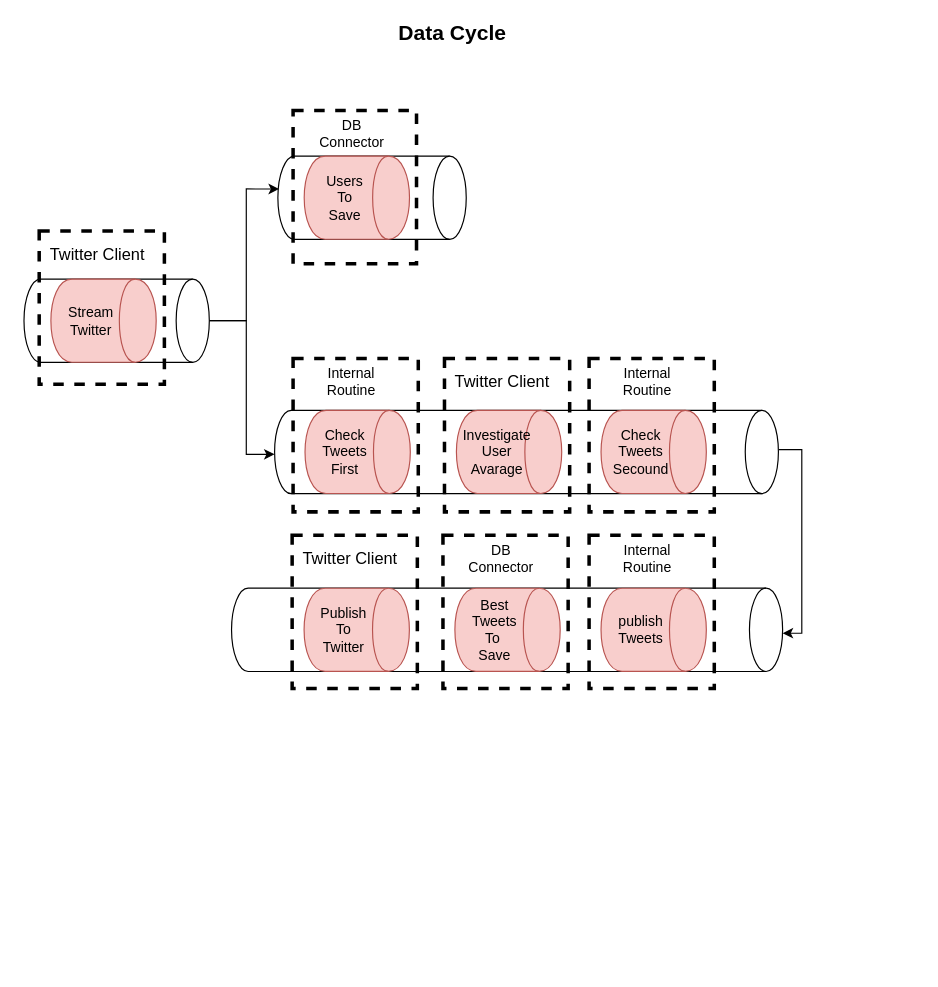
Elwizara/elwizarabot keeps this draw.io diagram as architecture/Data-Cycle.drawio. Above is the earlier version. Source tidied: cells renumbered, new cells numbered last; positions are measured from the earlier drawing's top-left corner, leaving out a move shared by most shapes. Both pictures are drawn from the tidied source at 117%, with x=0, y=0 at pixel (39, 21).
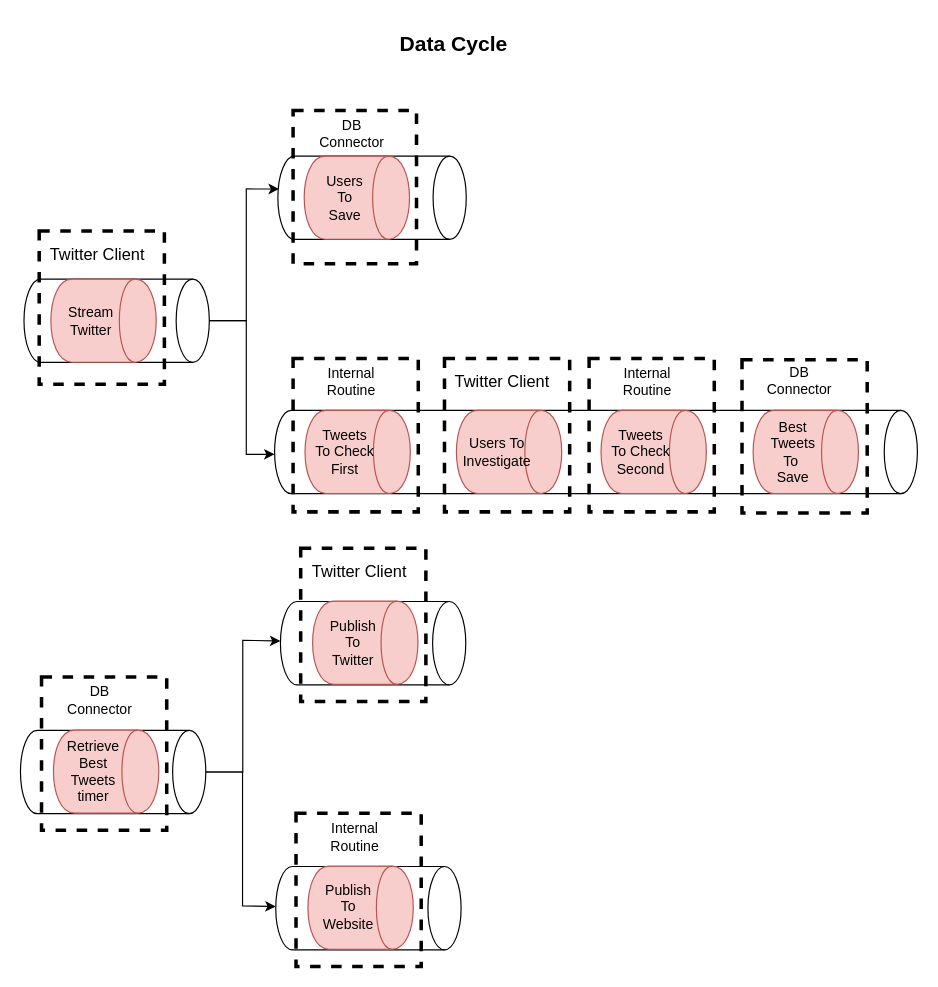
The same page after the edit.

Commit message (it also covers changes not shown here):
update retrieve tweets timer

The edit, as a diff of the source:
```diff
@@
-    <mxCell id="2" style="edgeStyle=orthogonalEdgeStyle;rounded=0;jettySize=auto;html=1;entryX=0.541;entryY=0;entryDx=0;entryDy=0;entryPerimeter=0;exitX=0.471;exitY=-0.001;exitDx=0;exitDy=0;exitPerimeter=0;" parent="1" edge="1" source="3" target="25">
-      <mxGeometry relative="1" as="geometry" />
-    </mxCell>
     <mxCell id="3" style="shape=cylinder2;whiteSpace=wrap;html=1;boundedLbl=1;backgroundOutline=1;size=14.171666666666738;rotation=90;" parent="1" vertex="1">
-      <mxGeometry x="380.9" y="152.5" width="71.2" height="430.6" as="geometry" />
+      <mxGeometry x="440.3" y="93.1" width="71.2" height="549.4" as="geometry" />
     </mxCell>
+    <mxCell id="26" style="rounded=0;whiteSpace=wrap;html=1;dashed=1;fillColor=none;strokeWidth=3;" parent="1" vertex="1">
+      <mxGeometry x="470" y="288" width="107" height="131" as="geometry" />
+    </mxCell>
@@
     <mxCell id="15" value="&lt;font style=&quot;font-size: 18px&quot;&gt;&lt;b&gt;Data Cycle&lt;/b&gt;&lt;/font&gt;" style="text;html=1;strokeColor=none;fillColor=none;align=center;verticalAlign=middle;whiteSpace=wrap;rounded=0;dashed=1;" parent="1" vertex="1">
-      <mxGeometry x="296.2" width="115" height="20" as="geometry" />
+      <mxGeometry x="297" y="10" width="115" height="20" as="geometry" />
     </mxCell>
@@
-    <mxCell id="19" value="&lt;div&gt;Check&lt;/div&gt;&lt;div&gt;Tweets&lt;/div&gt;&lt;div&gt;First&lt;br&gt;&lt;/div&gt;" style="shape=cylinder;whiteSpace=wrap;html=1;boundedLbl=1;backgroundOutline=1;direction=south;fillColor=#f8cecc;strokeColor=#b85450;" parent="1" vertex="1">
+    <mxCell id="19" value="&lt;div&gt;Tweets&lt;br&gt;&lt;/div&gt;&lt;div&gt;To Check&lt;/div&gt;&lt;div&gt;First&lt;br&gt;&lt;/div&gt;" style="shape=cylinder;whiteSpace=wrap;html=1;boundedLbl=1;backgroundOutline=1;direction=south;fillColor=#f8cecc;strokeColor=#b85450;" parent="1" vertex="1">
       <mxGeometry x="227.2" y="332.3" width="90" height="71" as="geometry" />
     </mxCell>
@@
-    <mxCell id="23" value="&lt;div&gt;Investigate&lt;/div&gt;&lt;div&gt;User&lt;/div&gt;&lt;div&gt;Avarage&lt;br&gt;&lt;/div&gt;" style="shape=cylinder;whiteSpace=wrap;html=1;boundedLbl=1;backgroundOutline=1;direction=south;fillColor=#f8cecc;strokeColor=#b85450;" parent="1" vertex="1">
+    <mxCell id="23" value="&lt;div&gt;Users To&lt;br&gt;&lt;/div&gt;&lt;div&gt;Investigate&lt;/div&gt;" style="shape=cylinder;whiteSpace=wrap;html=1;boundedLbl=1;backgroundOutline=1;direction=south;fillColor=#f8cecc;strokeColor=#b85450;" parent="1" vertex="1">
       <mxGeometry x="356.6" y="332.3" width="90" height="71" as="geometry" />
     </mxCell>
-    <mxCell id="24" value="&lt;div&gt;Check&lt;/div&gt;&lt;div&gt;Tweets&lt;/div&gt;&lt;div&gt;Secound&lt;br&gt;&lt;/div&gt;" style="shape=cylinder;whiteSpace=wrap;html=1;boundedLbl=1;backgroundOutline=1;direction=south;fillColor=#f8cecc;strokeColor=#b85450;" parent="1" vertex="1">
+    <mxCell id="24" value="&lt;div&gt;Tweets&lt;/div&gt;&lt;div&gt;To Check&lt;/div&gt;&lt;div&gt;Second&lt;br&gt;&lt;/div&gt;" style="shape=cylinder;whiteSpace=wrap;html=1;boundedLbl=1;backgroundOutline=1;direction=south;fillColor=#f8cecc;strokeColor=#b85450;" parent="1" vertex="1">
       <mxGeometry x="480.2" y="332.3" width="90" height="71" as="geometry" />
     </mxCell>
-    <mxCell id="25" style="shape=cylinder2;whiteSpace=wrap;html=1;boundedLbl=1;backgroundOutline=1;size=14.171666666666738;rotation=90;" parent="1" vertex="1">
-      <mxGeometry x="364.3" y="284.3" width="71.2" height="471" as="geometry" />
-    </mxCell>
-    <mxCell id="26" style="rounded=0;whiteSpace=wrap;html=1;dashed=1;fillColor=none;strokeWidth=3;" parent="1" vertex="1">
-      <mxGeometry x="470" y="288" width="107" height="131" as="geometry" />
-    </mxCell>
@@
-    <mxCell id="28" style="rounded=0;whiteSpace=wrap;html=1;dashed=1;fillColor=none;strokeWidth=3;" parent="1" vertex="1">
-      <mxGeometry x="470" y="439" width="107" height="131" as="geometry" />
-    </mxCell>
-    <mxCell id="29" value="&lt;div&gt;Internal&lt;/div&gt;&lt;div&gt;Routine&lt;br&gt;&lt;/div&gt;" style="text;html=1;strokeColor=none;fillColor=none;align=center;verticalAlign=middle;whiteSpace=wrap;rounded=0;" parent="1" vertex="1">
-      <mxGeometry x="475" y="449" width="90" height="20" as="geometry" />
-    </mxCell>
-    <mxCell id="30" value="&lt;div&gt;publish&lt;/div&gt;&lt;div&gt;Tweets&lt;br&gt;&lt;/div&gt;" style="shape=cylinder;whiteSpace=wrap;html=1;boundedLbl=1;backgroundOutline=1;direction=south;fillColor=#f8cecc;strokeColor=#b85450;" parent="1" vertex="1">
-      <mxGeometry x="480.2" y="484.3" width="90" height="71" as="geometry" />
-    </mxCell>
     <mxCell id="31" style="rounded=0;whiteSpace=wrap;html=1;dashed=1;fillColor=none;strokeWidth=3;" parent="1" vertex="1">
-      <mxGeometry x="345.1" y="439" width="107" height="131" as="geometry" />
+      <mxGeometry x="600.7" y="289" width="107" height="131" as="geometry" />
     </mxCell>
     <mxCell id="32" value="&lt;div&gt;DB&lt;/div&gt;&lt;div&gt;Connector&lt;br&gt;&lt;/div&gt;" style="text;html=1;strokeColor=none;fillColor=none;align=center;verticalAlign=middle;whiteSpace=wrap;rounded=0;" parent="1" vertex="1">
-      <mxGeometry x="350.1" y="449" width="90" height="20" as="geometry" />
+      <mxGeometry x="605" y="297" width="90" height="20" as="geometry" />
     </mxCell>
     <mxCell id="33" value="&lt;div&gt;Best&lt;/div&gt;&lt;div&gt;Tweets&lt;/div&gt;&lt;div&gt;To&amp;nbsp;&lt;/div&gt;&lt;div&gt;Save&lt;br&gt;&lt;/div&gt;" style="shape=cylinder;whiteSpace=wrap;html=1;boundedLbl=1;backgroundOutline=1;direction=south;fillColor=#f8cecc;strokeColor=#b85450;" parent="1" vertex="1">
-      <mxGeometry x="355.3" y="484.3" width="90" height="71" as="geometry" />
+      <mxGeometry x="610.2" y="332.3" width="90" height="71" as="geometry" />
     </mxCell>
+    <mxCell id="37" style="edgeStyle=orthogonalEdgeStyle;rounded=0;jettySize=auto;html=1;" parent="1" edge="1" source="39" target="43">
+      <mxGeometry relative="1" as="geometry">
+        <Array as="points">
+          <mxPoint x="174" y="641.7" />
+          <mxPoint x="174" y="528.7" />
+        </Array>
+      </mxGeometry>
+    </mxCell>
+    <mxCell id="38" style="edgeStyle=orthogonalEdgeStyle;rounded=0;jettySize=auto;html=1;" parent="1" edge="1" source="39" target="44">
+      <mxGeometry relative="1" as="geometry">
+        <Array as="points">
+          <mxPoint x="173.8" y="641.8" />
+          <mxPoint x="173.8" y="755.8" />
+        </Array>
+      </mxGeometry>
+    </mxCell>
+    <mxCell id="39" style="shape=cylinder2;whiteSpace=wrap;html=1;boundedLbl=1;backgroundOutline=1;size=14.171666666666738;rotation=90;" parent="1" vertex="1">
+      <mxGeometry x="27.6" y="562.1" width="71.2" height="158.4" as="geometry" />
+    </mxCell>
+    <mxCell id="40" style="rounded=0;whiteSpace=wrap;html=1;dashed=1;fillColor=none;strokeWidth=3;" parent="1" vertex="1">
+      <mxGeometry x="2" y="560.2" width="107" height="131" as="geometry" />
+    </mxCell>
+    <mxCell id="41" value="&lt;div&gt;DB&lt;/div&gt;&lt;div&gt;Connector&lt;br&gt;&lt;/div&gt;" style="text;html=1;strokeColor=none;fillColor=none;align=center;verticalAlign=middle;whiteSpace=wrap;rounded=0;" parent="1" vertex="1">
+      <mxGeometry x="7" y="570.2" width="90" height="20" as="geometry" />
+    </mxCell>
+    <mxCell id="42" value="&lt;div&gt;Retrieve &lt;br&gt;&lt;/div&gt;&lt;div&gt;Best&lt;/div&gt;&lt;div&gt;Tweets&lt;/div&gt;timer" style="shape=cylinder;whiteSpace=wrap;html=1;boundedLbl=1;backgroundOutline=1;direction=south;fillColor=#f8cecc;strokeColor=#b85450;" parent="1" vertex="1">
+      <mxGeometry x="12.2" y="605.5" width="90" height="71" as="geometry" />
+    </mxCell>
+    <mxCell id="43" style="shape=cylinder2;whiteSpace=wrap;html=1;boundedLbl=1;backgroundOutline=1;size=14.171666666666738;rotation=90;" parent="1" vertex="1">
+      <mxGeometry x="249.8" y="452" width="71.2" height="158.4" as="geometry" />
+    </mxCell>
     <mxCell id="34" style="rounded=0;whiteSpace=wrap;html=1;dashed=1;fillColor=none;strokeWidth=3;" parent="1" vertex="1">
-      <mxGeometry x="216.2" y="439" width="107" height="131" as="geometry" />
+      <mxGeometry x="223.5" y="450" width="107" height="131" as="geometry" />
     </mxCell>
     <mxCell id="35" value="&lt;font style=&quot;font-size: 14px&quot;&gt;Twitter Client&lt;/font&gt;" style="text;html=1;strokeColor=none;fillColor=none;align=center;verticalAlign=middle;whiteSpace=wrap;rounded=0;" parent="1" vertex="1">
-      <mxGeometry x="221.2" y="449" width="90" height="20" as="geometry" />
+      <mxGeometry x="228.5" y="460" width="90" height="20" as="geometry" />
     </mxCell>
     <mxCell id="36" value="&lt;div&gt;Publish&lt;/div&gt;&lt;div&gt;To&lt;/div&gt;&lt;div&gt;Twitter&lt;br&gt;&lt;/div&gt;" style="shape=cylinder;whiteSpace=wrap;html=1;boundedLbl=1;backgroundOutline=1;direction=south;fillColor=#f8cecc;strokeColor=#b85450;" parent="1" vertex="1">
-      <mxGeometry x="226.4" y="484.3" width="90" height="71" as="geometry" />
+      <mxGeometry x="233.7" y="495.3" width="90" height="71" as="geometry" />
     </mxCell>
+    <mxCell id="44" style="shape=cylinder2;whiteSpace=wrap;html=1;boundedLbl=1;backgroundOutline=1;size=14.171666666666738;rotation=90;" parent="1" vertex="1">
+      <mxGeometry x="245.8" y="678.5" width="71.2" height="158.4" as="geometry" />
+    </mxCell>
+    <mxCell id="45" style="rounded=0;whiteSpace=wrap;html=1;dashed=1;fillColor=none;strokeWidth=3;" parent="1" vertex="1">
+      <mxGeometry x="219.5" y="676.5" width="107" height="131" as="geometry" />
+    </mxCell>
+    <mxCell id="29" value="&lt;div&gt;Internal&lt;/div&gt;&lt;div&gt;Routine&lt;br&gt;&lt;/div&gt;" style="text;html=1;strokeColor=none;fillColor=none;align=center;verticalAlign=middle;whiteSpace=wrap;rounded=0;" parent="1" vertex="1">
+      <mxGeometry x="224.5" y="686.5" width="90" height="20" as="geometry" />
+    </mxCell>
+    <mxCell id="46" value="&lt;div&gt;Publish&lt;/div&gt;&lt;div&gt;To&lt;/div&gt;Website" style="shape=cylinder;whiteSpace=wrap;html=1;boundedLbl=1;backgroundOutline=1;direction=south;fillColor=#f8cecc;strokeColor=#b85450;" parent="1" vertex="1">
+      <mxGeometry x="229.7" y="721.8" width="90" height="71" as="geometry" />
+    </mxCell>
```
